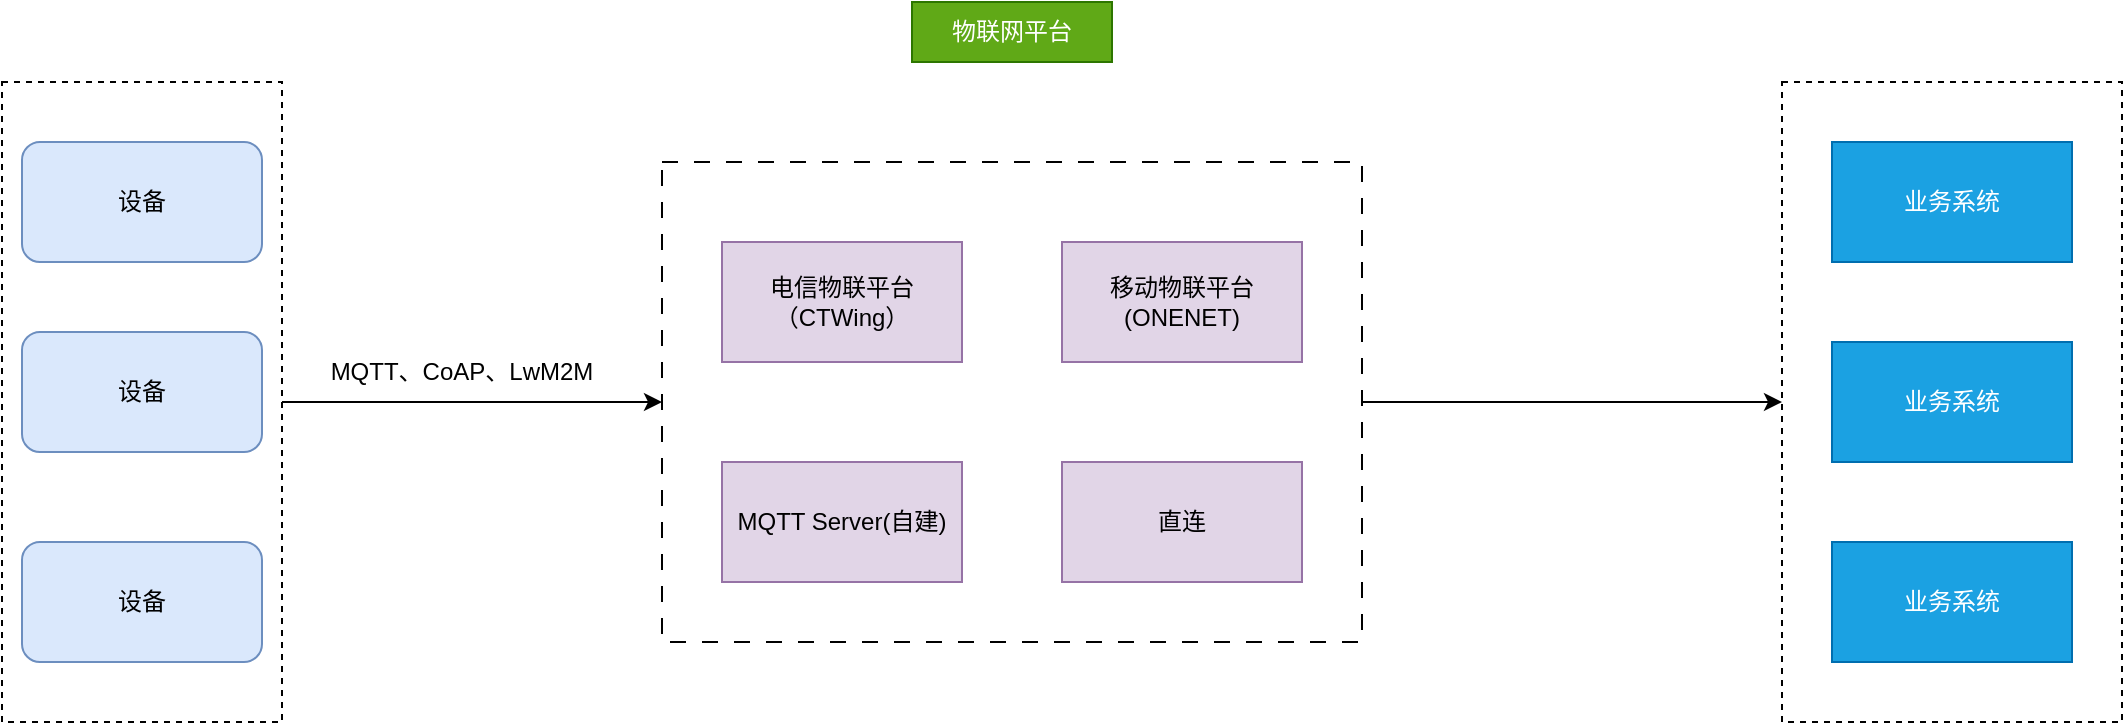
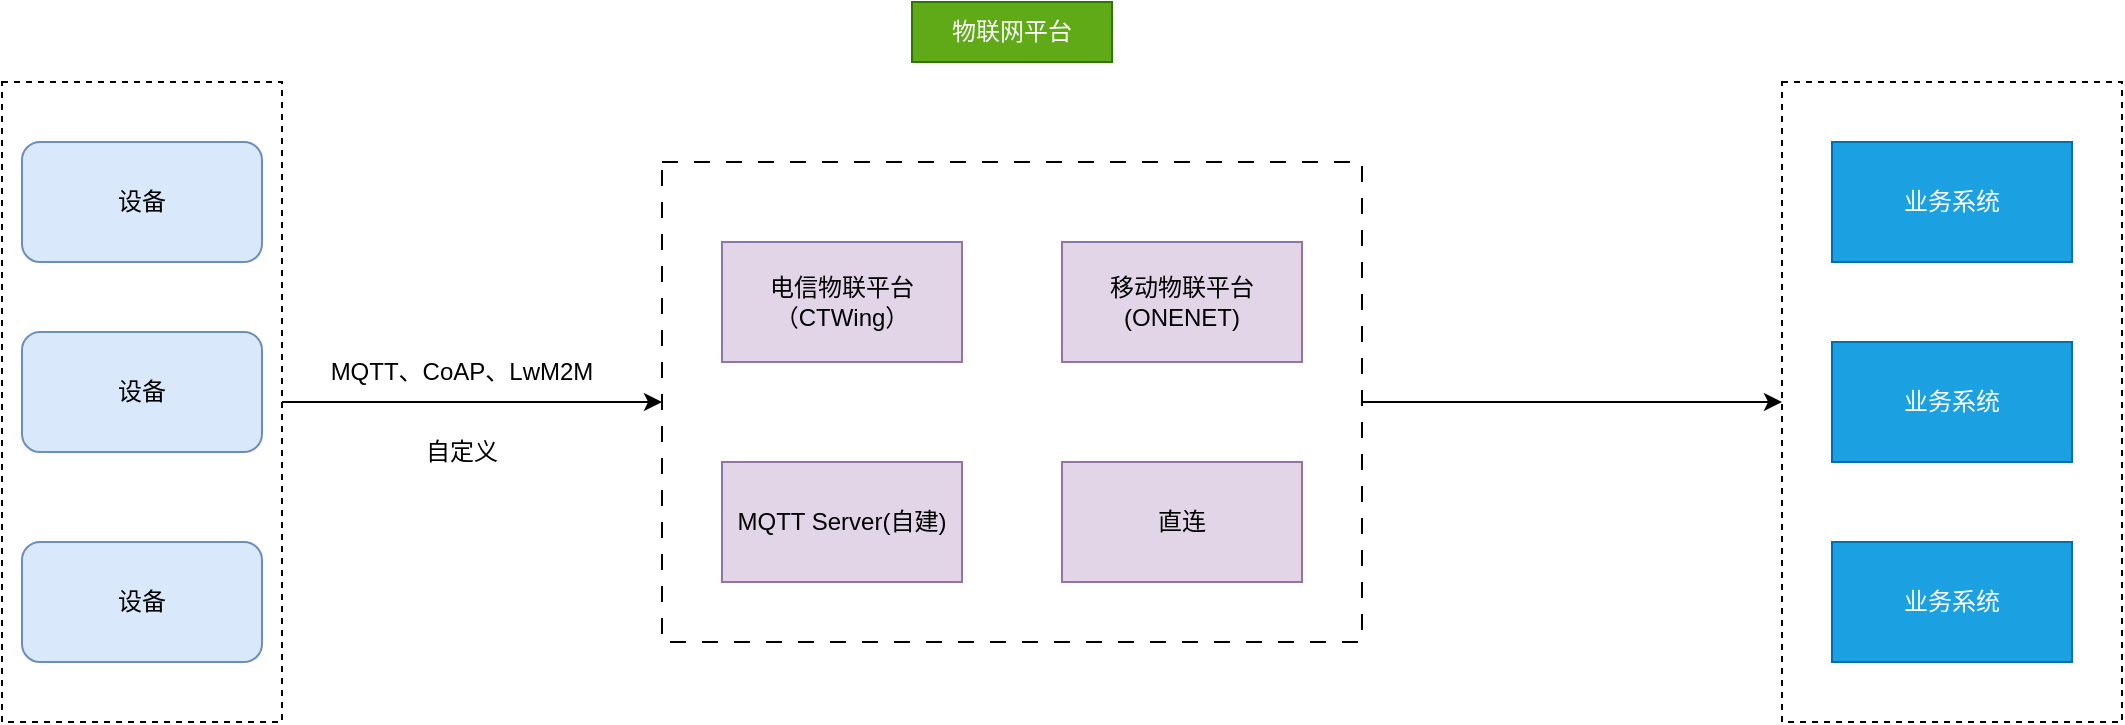
<mxfile host="app.diagrams.net" agent="Mozilla/5.0 (Windows NT 10.0; Win64; x64) AppleWebKit/537.36 (KHTML, like Gecko) Chrome/146.0.0.0 Safari/537.36 Edg/146.0.0.0" version="29.6.0">
  <diagram name="第 1 页" id="v3YUo2CS8SvW5dB6VCmP">
    <mxGraphModel dx="2058" dy="1106" grid="1" gridSize="10" guides="1" tooltips="1" connect="1" arrows="1" fold="1" page="1" pageScale="1" pageWidth="827" pageHeight="1169" math="0" shadow="0">
      <root>
        <mxCell id="0" />
        <mxCell id="1" parent="0" />
        <mxCell id="LlqKXtfbUc08KF6wca09-7" parent="1" style="rounded=0;whiteSpace=wrap;html=1;dashed=1;" value="" vertex="1">
          <mxGeometry height="320" width="170" x="950" y="200" as="geometry" />
        </mxCell>
        <mxCell id="LlqKXtfbUc08KF6wca09-5" edge="1" parent="1" source="SnEuOwe-7pzeBIlmCbed-8" style="edgeStyle=orthogonalEdgeStyle;rounded=0;orthogonalLoop=1;jettySize=auto;html=1;exitX=1;exitY=0.5;exitDx=0;exitDy=0;entryX=0;entryY=0.5;entryDx=0;entryDy=0;" target="SnEuOwe-7pzeBIlmCbed-1">
          <mxGeometry relative="1" as="geometry" />
        </mxCell>
        <mxCell id="SnEuOwe-7pzeBIlmCbed-8" parent="1" style="rounded=0;whiteSpace=wrap;html=1;dashed=1;" value="" vertex="1">
          <mxGeometry height="320" width="140" x="60" y="200" as="geometry" />
        </mxCell>
        <mxCell id="LlqKXtfbUc08KF6wca09-8" edge="1" parent="1" source="SnEuOwe-7pzeBIlmCbed-1" style="edgeStyle=orthogonalEdgeStyle;rounded=0;orthogonalLoop=1;jettySize=auto;html=1;exitX=1;exitY=0.5;exitDx=0;exitDy=0;entryX=0;entryY=0.5;entryDx=0;entryDy=0;" target="LlqKXtfbUc08KF6wca09-7">
          <mxGeometry relative="1" as="geometry" />
        </mxCell>
        <mxCell id="SnEuOwe-7pzeBIlmCbed-1" parent="1" style="rounded=0;whiteSpace=wrap;html=1;dashed=1;dashPattern=8 8;" value="" vertex="1">
          <mxGeometry height="240" width="350" x="390" y="240" as="geometry" />
        </mxCell>
        <mxCell id="SnEuOwe-7pzeBIlmCbed-2" parent="1" style="rounded=0;whiteSpace=wrap;html=1;fillColor=#1ba1e2;fontColor=#ffffff;strokeColor=#006EAF;" value="业务系统" vertex="1">
          <mxGeometry height="60" width="120" x="975" y="230" as="geometry" />
        </mxCell>
        <mxCell id="SnEuOwe-7pzeBIlmCbed-3" parent="1" style="rounded=0;whiteSpace=wrap;html=1;fillColor=#1ba1e2;fontColor=#ffffff;strokeColor=#006EAF;" value="业务系统" vertex="1">
          <mxGeometry height="60" width="120" x="975" y="330" as="geometry" />
        </mxCell>
        <mxCell id="SnEuOwe-7pzeBIlmCbed-4" parent="1" style="rounded=0;whiteSpace=wrap;html=1;fillColor=#1ba1e2;fontColor=#ffffff;strokeColor=#006EAF;" value="业务系统" vertex="1">
          <mxGeometry height="60" width="120" x="975" y="430" as="geometry" />
        </mxCell>
        <mxCell id="SnEuOwe-7pzeBIlmCbed-5" parent="1" style="rounded=1;whiteSpace=wrap;html=1;fillColor=#dae8fc;strokeColor=#6c8ebf;" value="设备" vertex="1">
          <mxGeometry height="60" width="120" x="70" y="230" as="geometry" />
        </mxCell>
        <mxCell id="SnEuOwe-7pzeBIlmCbed-6" parent="1" style="rounded=1;whiteSpace=wrap;html=1;fillColor=#dae8fc;strokeColor=#6c8ebf;" value="设备" vertex="1">
          <mxGeometry height="60" width="120" x="70" y="325" as="geometry" />
        </mxCell>
        <mxCell id="SnEuOwe-7pzeBIlmCbed-7" parent="1" style="rounded=1;whiteSpace=wrap;html=1;fillColor=#dae8fc;strokeColor=#6c8ebf;" value="设备" vertex="1">
          <mxGeometry height="60" width="120" x="70" y="430" as="geometry" />
        </mxCell>
        <mxCell id="LlqKXtfbUc08KF6wca09-1" parent="1" style="rounded=0;whiteSpace=wrap;html=1;fillColor=#e1d5e7;strokeColor=#9673a6;" value="电信物联平台（CTWing）" vertex="1">
          <mxGeometry height="60" width="120" x="420" y="280" as="geometry" />
        </mxCell>
        <mxCell id="LlqKXtfbUc08KF6wca09-2" parent="1" style="rounded=0;whiteSpace=wrap;html=1;fillColor=#e1d5e7;strokeColor=#9673a6;" value="移动物联平台(ONENET)" vertex="1">
          <mxGeometry height="60" width="120" x="590" y="280" as="geometry" />
        </mxCell>
        <mxCell id="LlqKXtfbUc08KF6wca09-3" parent="1" style="rounded=0;whiteSpace=wrap;html=1;fillColor=#e1d5e7;strokeColor=#9673a6;" value="MQTT Server(自建)" vertex="1">
          <mxGeometry height="60" width="120" x="420" y="390" as="geometry" />
        </mxCell>
        <mxCell id="LlqKXtfbUc08KF6wca09-4" parent="1" style="rounded=0;whiteSpace=wrap;html=1;fillColor=#e1d5e7;strokeColor=#9673a6;" value="直连" vertex="1">
          <mxGeometry height="60" width="120" x="590" y="390" as="geometry" />
        </mxCell>
        <mxCell id="LlqKXtfbUc08KF6wca09-9" parent="1" style="text;html=1;whiteSpace=wrap;strokeColor=#2D7600;fillColor=#60a917;align=center;verticalAlign=middle;rounded=0;fontColor=#ffffff;" value="物联网平台" vertex="1">
          <mxGeometry height="30" width="100" x="515" y="160" as="geometry" />
        </mxCell>
        <mxCell id="LlqKXtfbUc08KF6wca09-10" parent="1" style="text;html=1;whiteSpace=wrap;strokeColor=none;fillColor=none;align=center;verticalAlign=middle;rounded=0;" value="MQTT、CoAP、LwM2M" vertex="1">
          <mxGeometry height="50" width="280" x="150" y="320" as="geometry" />
        </mxCell>
+         <mxCell id="LlqKXtfbUc08KF6wca09-12" parent="1" style="text;html=1;whiteSpace=wrap;strokeColor=none;fillColor=none;align=center;verticalAlign=middle;rounded=0;" value="自定义" vertex="1">
+           <mxGeometry height="30" width="60" x="260" y="370" as="geometry" />
+         </mxCell>
      </root>
    </mxGraphModel>
  </diagram>
</mxfile>
